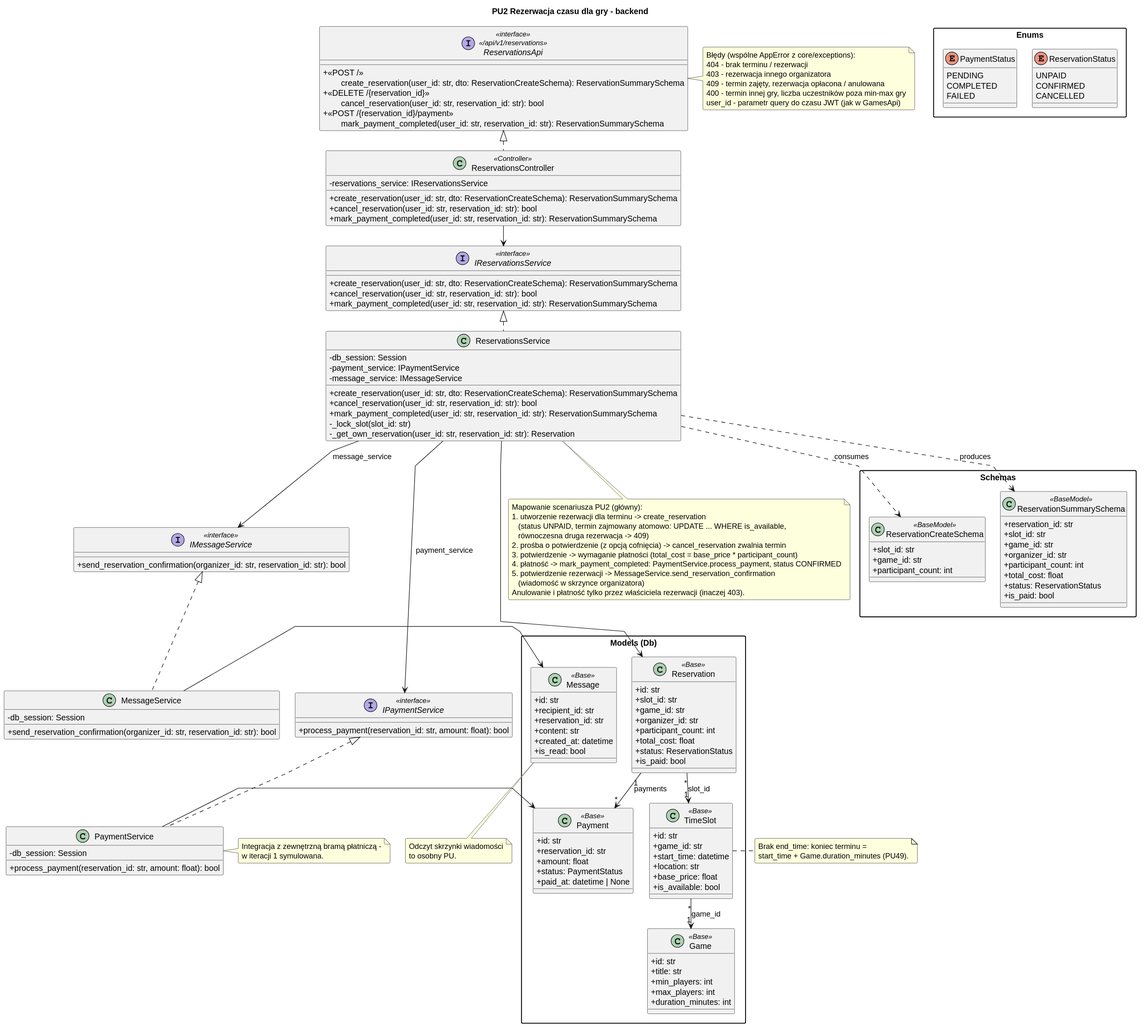
This is diagrams/backend/rendered/reservation.svg from Igor-Ochocki/POP-2026Z, a PlantUML export, as it was before one commit.
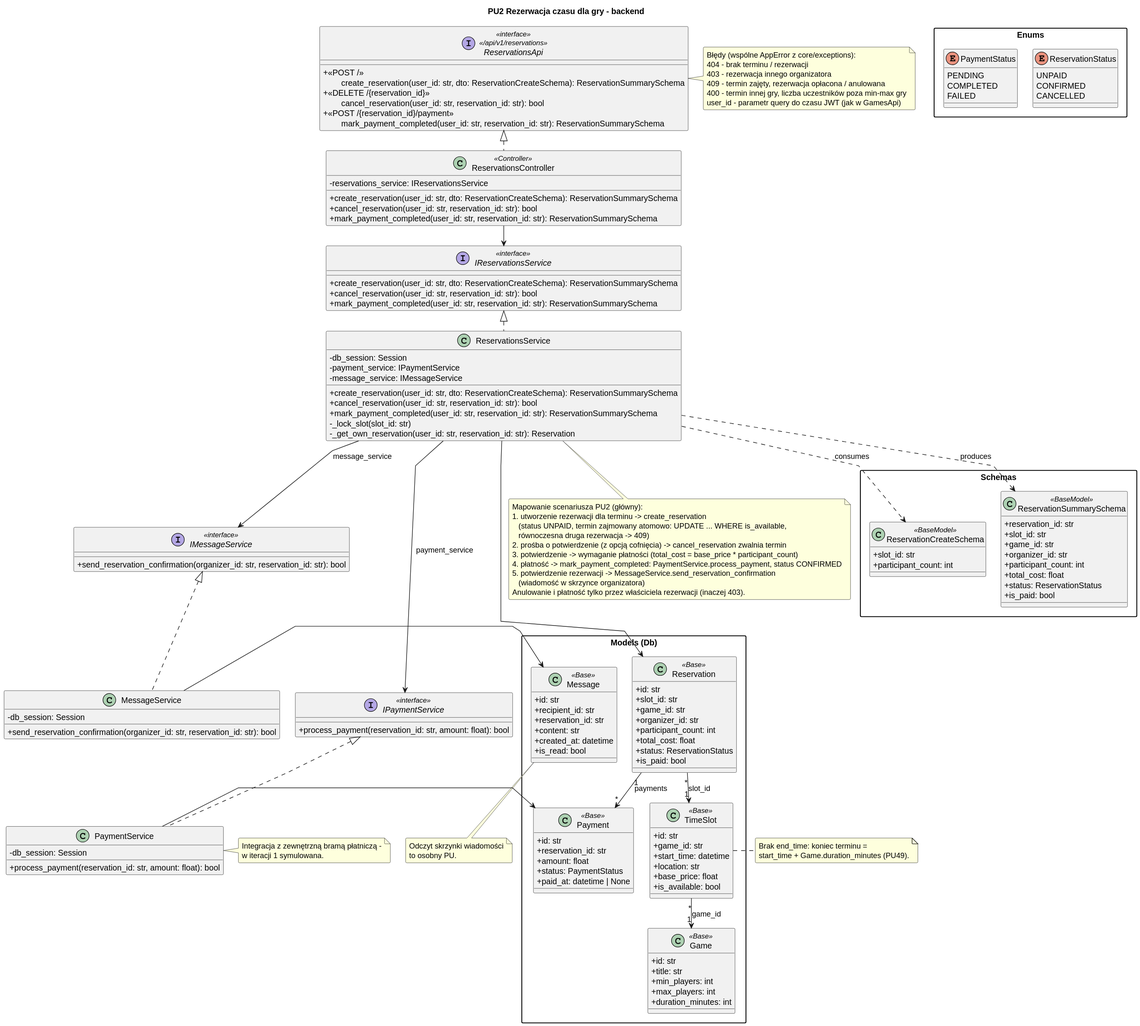
The same diagram one commit later.

Commit message:
Remove unnecessary game_id from one model. Update diagrams

The edit, as a diff of the source:
```diff
@@ -60,7 +60,6 @@
 package "Schemas" {
     class ReservationCreateSchema <<BaseModel>> {
         + slot_id: str
-        + game_id: str
         + participant_count: int
     }
 
```
